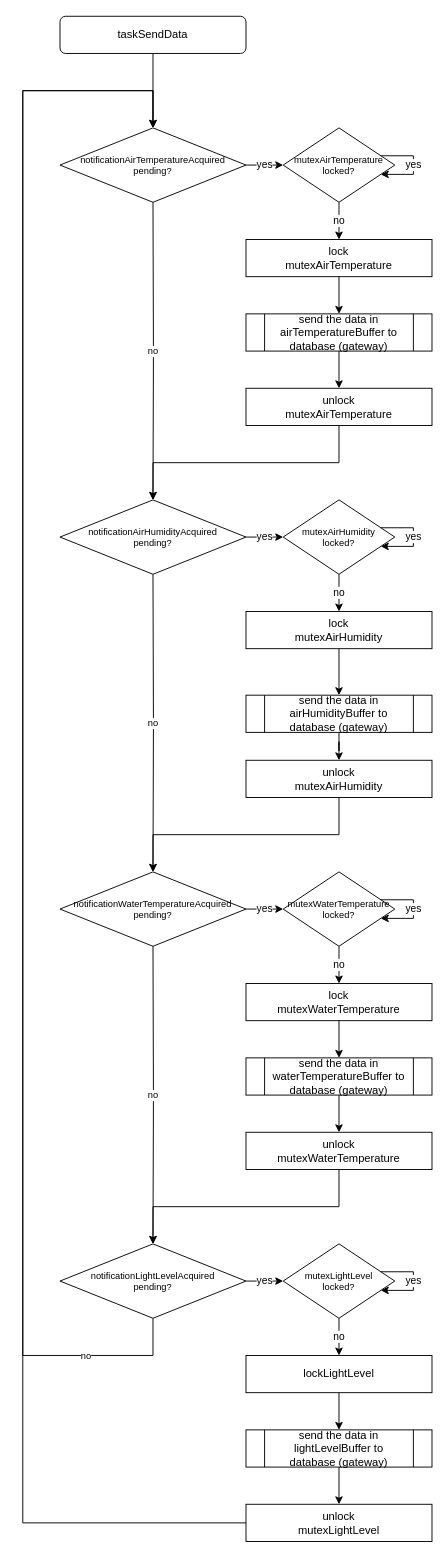
Earlier version of the draw.io diagram Diagrams/taskSendData.drawio (rafaelandrepedro/embebidos2122). Source tidied: cells renumbered, new cells numbered last; positions are measured from the earlier drawing's top-left corner, leaving out a move shared by most shapes. Both pictures are drawn from the tidied source at 93%, with x=0, y=0 at pixel (22, 16).
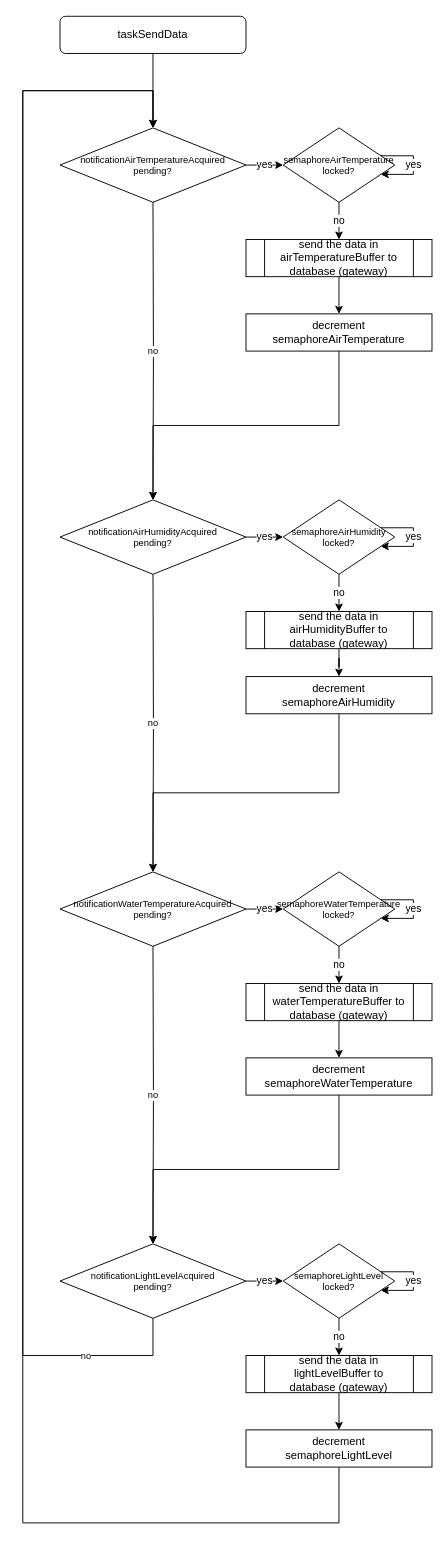
Above is the later version.

The edit, as a diff of the source:
```diff
@@
-    <mxCell id="7" value="no" style="edgeStyle=orthogonalEdgeStyle;rounded=0;jettySize=auto;html=1;" parent="1" edge="1" source="8" target="11">
-      <mxGeometry relative="1" as="geometry" />
+    <mxCell id="7" value="no" style="edgeStyle=orthogonalEdgeStyle;rounded=0;jettySize=auto;html=1;" parent="1" edge="1" source="8">
+      <mxGeometry relative="1" as="geometry">
+        <mxPoint x="340" y="240" as="targetPoint" />
+      </mxGeometry>
     </mxCell>
-    <mxCell id="8" value="mutexAirTemperature&lt;br style=&quot;font-size: 10px&quot;&gt;locked?" style="rhombus;whiteSpace=wrap;html=1;fontSize=10;" parent="1" vertex="1">
+    <mxCell id="8" value="semaphoreAirTemperature&lt;br style=&quot;font-size: 10px&quot;&gt;locked?" style="rhombus;whiteSpace=wrap;html=1;fontSize=10;" parent="1" vertex="1">
       <mxGeometry x="280" y="120" width="120" height="80" as="geometry" />
     </mxCell>
@@
-    <mxCell id="10" style="edgeStyle=orthogonalEdgeStyle;rounded=0;jettySize=auto;html=1;" parent="1" edge="1" source="11" target="13">
-      <mxGeometry relative="1" as="geometry" />
-    </mxCell>
-    <mxCell id="11" value="lock&lt;br&gt;mutexAirTemperature" style="rounded=0;whiteSpace=wrap;html=1;" parent="1" vertex="1">
-      <mxGeometry x="240" y="240" width="200" height="40" as="geometry" />
-    </mxCell>
@@
     <mxCell id="13" value="send the data in airTemperatureBuffer to database (gateway)" style="shape=process;whiteSpace=wrap;html=1;backgroundOutline=1;" parent="1" vertex="1">
-      <mxGeometry x="240" y="320" width="200" height="40" as="geometry" />
+      <mxGeometry x="240" y="240" width="200" height="40" as="geometry" />
     </mxCell>
@@
-    <mxCell id="15" value="unlock&lt;br&gt;mutexAirTemperature" style="rounded=0;whiteSpace=wrap;html=1;" parent="1" vertex="1">
-      <mxGeometry x="240" y="400" width="200" height="40" as="geometry" />
+    <mxCell id="15" value="decrement&lt;br&gt;semaphoreAirTemperature" style="rounded=0;whiteSpace=wrap;html=1;" parent="1" vertex="1">
+      <mxGeometry x="240" y="320" width="200" height="40" as="geometry" />
     </mxCell>
@@
-    <mxCell id="19" value="no" style="edgeStyle=orthogonalEdgeStyle;rounded=0;jettySize=auto;html=1;" parent="1" edge="1" source="20" target="23">
-      <mxGeometry relative="1" as="geometry" />
+    <mxCell id="19" value="no" style="edgeStyle=orthogonalEdgeStyle;rounded=0;jettySize=auto;html=1;" parent="1" edge="1" source="20">
+      <mxGeometry relative="1" as="geometry">
+        <mxPoint x="340" y="640" as="targetPoint" />
+      </mxGeometry>
     </mxCell>
-    <mxCell id="20" value="mutexAirHumidity&lt;br style=&quot;font-size: 10px&quot;&gt;locked?" style="rhombus;whiteSpace=wrap;html=1;fontSize=10;" parent="1" vertex="1">
+    <mxCell id="20" value="semaphoreAirHumidity&lt;br style=&quot;font-size: 10px&quot;&gt;locked?" style="rhombus;whiteSpace=wrap;html=1;fontSize=10;" parent="1" vertex="1">
       <mxGeometry x="280" y="520" width="120" height="80" as="geometry" />
     </mxCell>
@@
-    <mxCell id="22" style="edgeStyle=orthogonalEdgeStyle;rounded=0;jettySize=auto;html=1;" parent="1" edge="1" source="23" target="25">
-      <mxGeometry relative="1" as="geometry" />
-    </mxCell>
-    <mxCell id="23" value="lock&lt;br&gt;mutexAirHumidity" style="rounded=0;whiteSpace=wrap;html=1;" parent="1" vertex="1">
-      <mxGeometry x="240" y="640" width="200" height="40" as="geometry" />
-    </mxCell>
@@
     <mxCell id="25" value="send the data in airHumidityBuffer to database&amp;nbsp;(gateway)" style="shape=process;whiteSpace=wrap;html=1;backgroundOutline=1;" parent="1" vertex="1">
-      <mxGeometry x="240" y="730" width="200" height="40" as="geometry" />
+      <mxGeometry x="240" y="640" width="200" height="40" as="geometry" />
     </mxCell>
@@
-    <mxCell id="27" value="unlock&lt;br&gt;mutexAirHumidity" style="rounded=0;whiteSpace=wrap;html=1;" parent="1" vertex="1">
-      <mxGeometry x="240" y="800" width="200" height="40" as="geometry" />
+    <mxCell id="27" value="decrement&lt;br&gt;semaphoreAirHumidity" style="rounded=0;whiteSpace=wrap;html=1;" parent="1" vertex="1">
+      <mxGeometry x="240" y="710" width="200" height="40" as="geometry" />
     </mxCell>
@@
-    <mxCell id="31" value="no" style="edgeStyle=orthogonalEdgeStyle;rounded=0;jettySize=auto;html=1;" parent="1" edge="1" source="32" target="35">
-      <mxGeometry relative="1" as="geometry" />
+    <mxCell id="31" value="no" style="edgeStyle=orthogonalEdgeStyle;rounded=0;jettySize=auto;html=1;" parent="1" edge="1" source="32">
+      <mxGeometry relative="1" as="geometry">
+        <mxPoint x="340" y="1040" as="targetPoint" />
+      </mxGeometry>
     </mxCell>
-    <mxCell id="32" value="mutexWaterTemperature&lt;br style=&quot;font-size: 10px&quot;&gt;locked?" style="rhombus;whiteSpace=wrap;html=1;fontSize=10;" parent="1" vertex="1">
+    <mxCell id="32" value="semaphoreWaterTemperature&lt;br style=&quot;font-size: 10px&quot;&gt;locked?" style="rhombus;whiteSpace=wrap;html=1;fontSize=10;" parent="1" vertex="1">
       <mxGeometry x="280" y="920" width="120" height="80" as="geometry" />
     </mxCell>
@@
-    <mxCell id="34" style="edgeStyle=orthogonalEdgeStyle;rounded=0;jettySize=auto;html=1;" parent="1" edge="1" source="35" target="37">
-      <mxGeometry relative="1" as="geometry" />
-    </mxCell>
-    <mxCell id="35" value="lock&lt;br&gt;mutexWaterTemperature" style="rounded=0;whiteSpace=wrap;html=1;" parent="1" vertex="1">
-      <mxGeometry x="240" y="1040" width="200" height="40" as="geometry" />
-    </mxCell>
@@
     <mxCell id="37" value="send the data in waterTemperatureBuffer to database&amp;nbsp;(gateway)" style="shape=process;whiteSpace=wrap;html=1;backgroundOutline=1;" parent="1" vertex="1">
-      <mxGeometry x="240" y="1120" width="200" height="40" as="geometry" />
+      <mxGeometry x="240" y="1040" width="200" height="40" as="geometry" />
     </mxCell>
@@
-    <mxCell id="39" value="unlock&lt;br&gt;mutexWaterTemperature" style="rounded=0;whiteSpace=wrap;html=1;" parent="1" vertex="1">
-      <mxGeometry x="240" y="1200" width="200" height="40" as="geometry" />
+    <mxCell id="39" value="decrement&lt;br&gt;semaphoreWaterTemperature" style="rounded=0;whiteSpace=wrap;html=1;" parent="1" vertex="1">
+      <mxGeometry x="240" y="1120" width="200" height="40" as="geometry" />
     </mxCell>
@@
-    <mxCell id="43" value="no" style="edgeStyle=orthogonalEdgeStyle;rounded=0;jettySize=auto;html=1;" parent="1" edge="1" source="44" target="47">
-      <mxGeometry relative="1" as="geometry" />
+    <mxCell id="43" value="no" style="edgeStyle=orthogonalEdgeStyle;rounded=0;jettySize=auto;html=1;" parent="1" edge="1" source="44">
+      <mxGeometry relative="1" as="geometry">
+        <mxPoint x="340" y="1440" as="targetPoint" />
+      </mxGeometry>
     </mxCell>
-    <mxCell id="44" value="mutexLightLevel&lt;br style=&quot;font-size: 10px&quot;&gt;locked?" style="rhombus;whiteSpace=wrap;html=1;fontSize=10;" parent="1" vertex="1">
+    <mxCell id="44" value="semaphoreLightLevel&lt;br style=&quot;font-size: 10px&quot;&gt;locked?" style="rhombus;whiteSpace=wrap;html=1;fontSize=10;" parent="1" vertex="1">
       <mxGeometry x="280" y="1320" width="120" height="80" as="geometry" />
     </mxCell>
@@
-    <mxCell id="46" style="edgeStyle=orthogonalEdgeStyle;rounded=0;jettySize=auto;html=1;" parent="1" edge="1" source="47" target="49">
-      <mxGeometry relative="1" as="geometry" />
-    </mxCell>
-    <mxCell id="47" value="lockLightLevel" style="rounded=0;whiteSpace=wrap;html=1;" parent="1" vertex="1">
-      <mxGeometry x="240" y="1440" width="200" height="40" as="geometry" />
-    </mxCell>
@@
     <mxCell id="49" value="send the data in lightLevelBuffer to database&amp;nbsp;(gateway)" style="shape=process;whiteSpace=wrap;html=1;backgroundOutline=1;" parent="1" vertex="1">
-      <mxGeometry x="240" y="1520" width="200" height="40" as="geometry" />
+      <mxGeometry x="240" y="1440" width="200" height="40" as="geometry" />
     </mxCell>
@@
-    <mxCell id="51" value="unlock&lt;br&gt;mutexLightLevel" style="rounded=0;whiteSpace=wrap;html=1;" parent="1" vertex="1">
-      <mxGeometry x="240" y="1600" width="200" height="40" as="geometry" />
+    <mxCell id="51" value="decrement&lt;br&gt;semaphoreLightLevel" style="rounded=0;whiteSpace=wrap;html=1;" parent="1" vertex="1">
+      <mxGeometry x="240" y="1520" width="200" height="40" as="geometry" />
     </mxCell>
```
